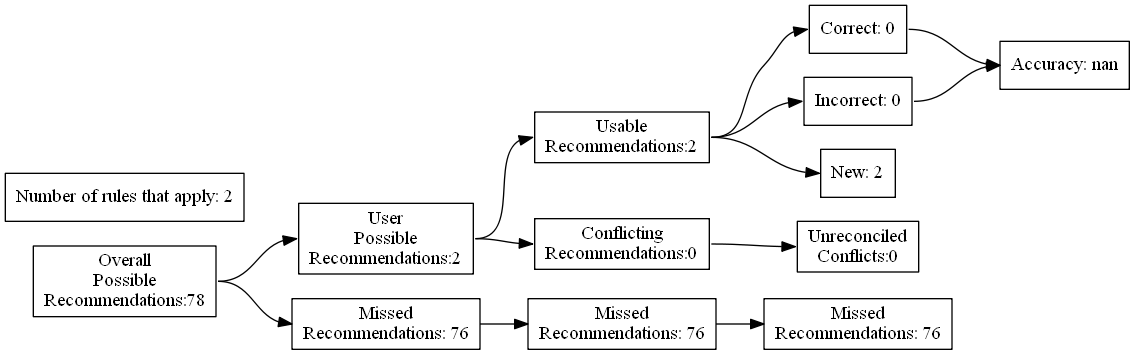
The Graphviz diagram test_renders/93.gv.png in ZaxR/ibd_diet_analysis, before a commit. Its source is kept beside it as test_renders/93.gv.
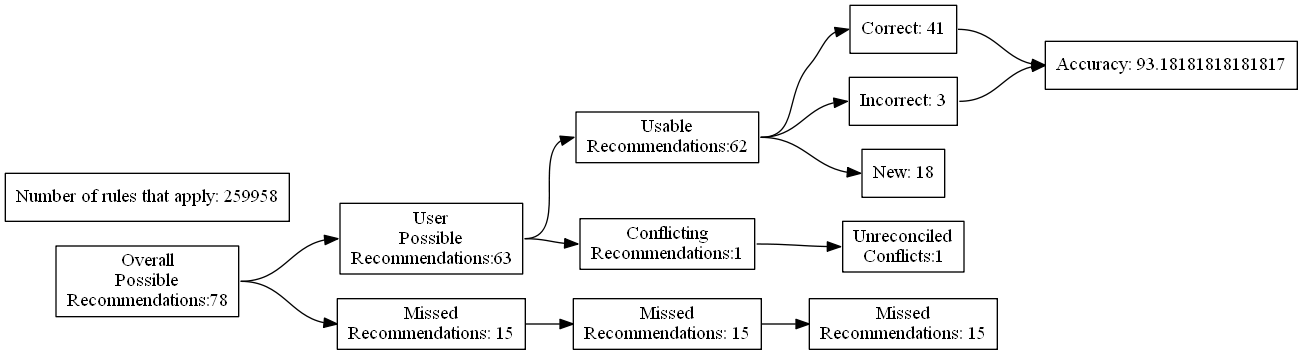
The same diagram one commit later.

Change to the diagram source:
```diff
@@ -7,24 +7,24 @@
 Recommendations:78"]
 		B [label="User
 Possible
-Recommendations:2"]
+Recommendations:63"]
 		C [label="Missed
-Recommendations: 76"]
+Recommendations: 15"]
 		D [label="Usable
-Recommendations:2"]
+Recommendations:62"]
 		E [label="Conflicting
-Recommendations:0"]
+Recommendations:1"]
 		J [label="Missed
-Recommendations: 76"]
+Recommendations: 15"]
 		M [label="Unreconciled
-Conflicts:0"]
-		F [label="Correct: 0"]
-		G [label="Incorrect: 0"]
-		H [label="New: 2"]
+Conflicts:1"]
+		F [label="Correct: 41"]
+		G [label="Incorrect: 3"]
+		H [label="New: 18"]
 		K [label="Missed
-Recommendations: 76"]
-		I [label="Accuracy: nan"]
-		l [label="Number of rules that apply: 2"]
+Recommendations: 15"]
+		I [label="Accuracy: 93.18181818181817"]
+		l [label="Number of rules that apply: 259958"]
 			A -> B
 			A -> C
 			B -> D
```
